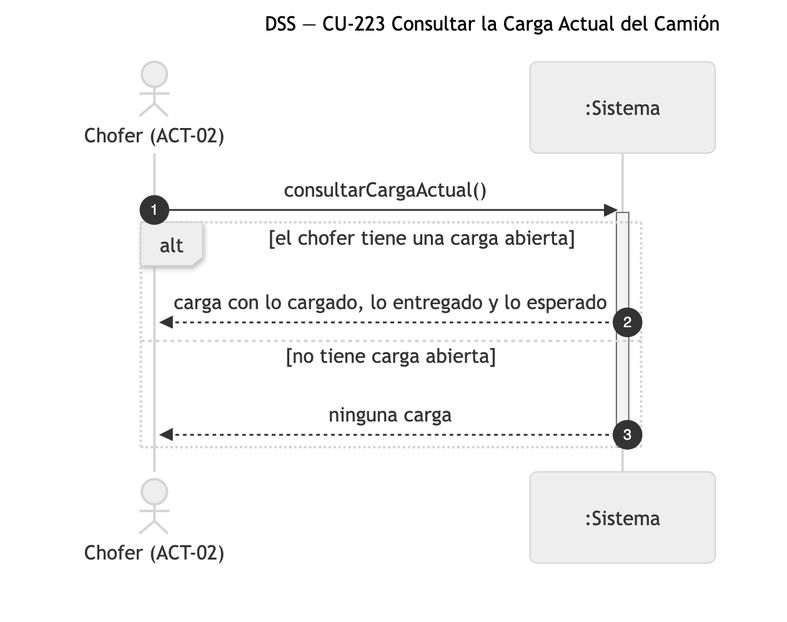
The Mermaid diagram diagramas/png/DSS_CU-223_Consultar-la-Carga-Actual-del-Camion.png in Nahuelito-Dev/splg-docs, before a commit. Its source is kept beside it as diagramas/DSS_CU-223_Consultar-la-Carga-Actual-del-Camion.mmd.
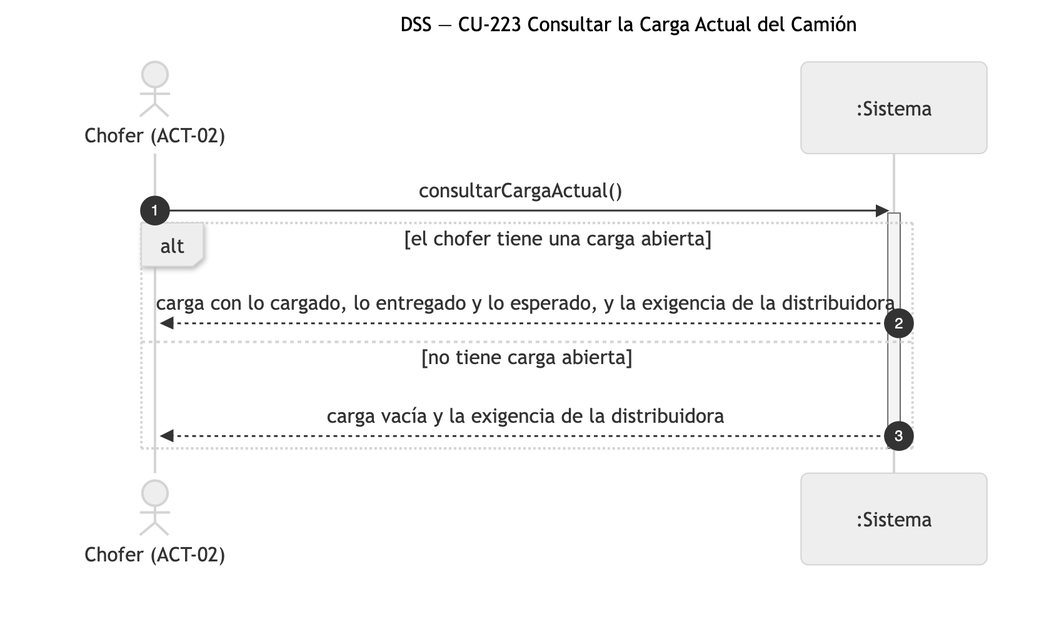
After the change.

Diff of the diagram source:
```diff
@@ -7,8 +7,8 @@
     CHO->>SIS: consultarCargaActual()
     activate SIS
     alt el chofer tiene una carga abierta
-        SIS-->>CHO: carga con lo cargado, lo entregado y lo esperado
+        SIS-->>CHO: carga con lo cargado, lo entregado y lo esperado, y la exigencia de la distribuidora
     else no tiene carga abierta
-        SIS-->>CHO: ninguna carga
+        SIS-->>CHO: carga vacía y la exigencia de la distribuidora
     end
     deactivate SIS
```
